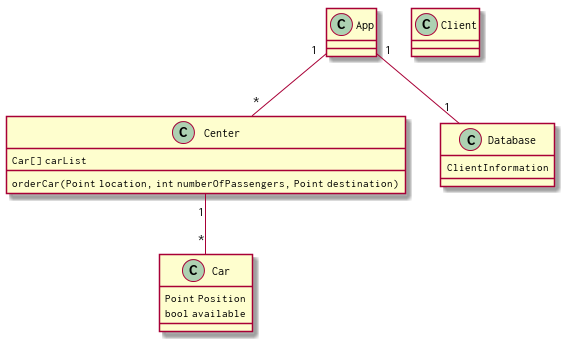
TwanSchoonen/Networking2018 keeps this PlantUML diagram as Diagrams/classDiagram.png. Above is the earlier version.
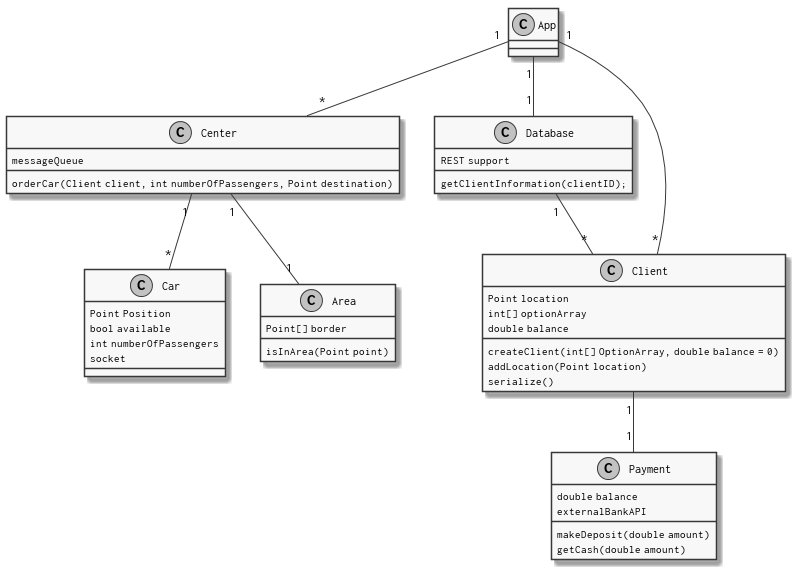
After the change.

Commit message:
Update to class diagram and made register client

The edit, as a diff of the source:
```diff
@@ -1,31 +1,62 @@
 @startuml
+skinparam {
+  monochrome true
+}
+
 class Car {
   Point Position
   bool available
+  int numberOfPassengers
+  socket
 
 }
 
+class Area {
+  Point[] border
+
+  isInArea(Point point)
+}
+
 class Center {
-  Car[] carList
+  messageQueue
 
-  orderCar(Point location, int numberOfPassengers, Point destination)
+  orderCar(Client client, int numberOfPassengers, Point destination)
 
 }
 
-class App {
+class Database {
+  REST support
+  getClientInformation(clientID);
 }
 
-class Database {
-  ClientInformation
+class App {
+
+}
+
+class Payment {
+  double balance
+  externalBankAPI
+
+  makeDeposit(double amount)
+  getCash(double amount)
 }
 
 class Client {
+  Point location
+  int[] optionArray
+  double balance
 
+  createClient(int[] OptionArray, double balance = 0)
+  addLocation(Point location)
+  serialize()
 }
 
+App "1" -- "*" Client
 App "1" -- "*" Center
 Center "1" -- "*" Car
+Center "1" -- "1" Area
 App "1" -- "1" Database
-
+Database "1" -- "*" Client
+Client "1" -- "1" Payment
 
 @enduml
```
